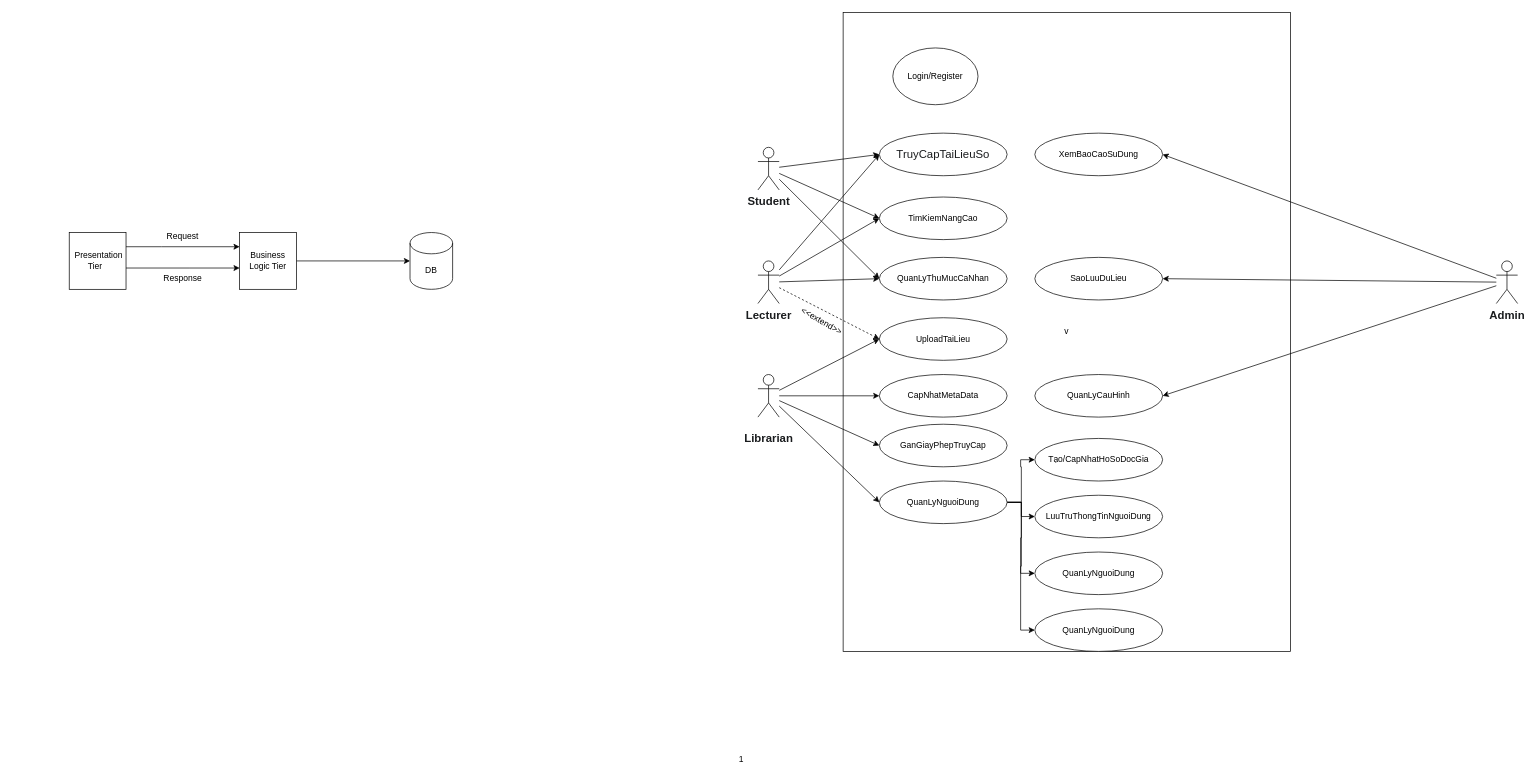
This is page "Trang-1" (1 of 2) of Biểu đồ không có tiêu đề.drawio from lethanhtung22032005/Phan-tich-va-thiet-ke-he-thong-thong-tin_SS3, a draw.io file, before an edit. Source tidied: cells renumbered, new cells numbered last; positions are measured from the earlier drawing's top-left corner, leaving out a move shared by most shapes. Both pictures are drawn from the tidied source at 71%, with x=0, y=0 at pixel (69, 12).
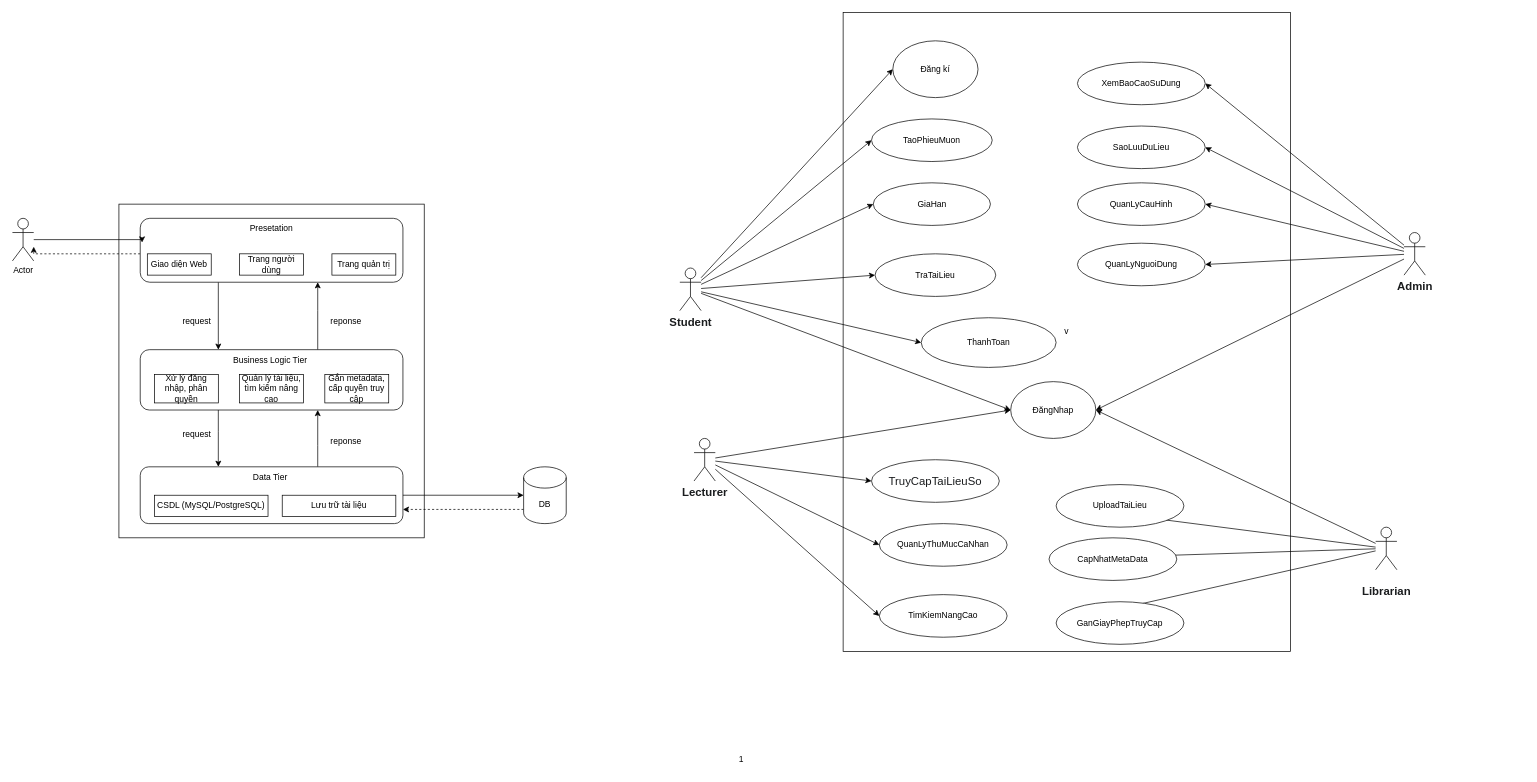
The same diagram, later.

What changed in the source:
```diff
@@
-    <mxCell id="4" style="edgeStyle=orthogonalEdgeStyle;rounded=0;jettySize=auto;html=1;entryX=0;entryY=0.25;entryDx=0;entryDy=0;" parent="1" edge="1" source="6" target="8">
-      <mxGeometry relative="1" as="geometry">
-        <Array as="points">
-          <mxPoint x="130" y="330" />
-          <mxPoint x="130" y="330" />
-        </Array>
-      </mxGeometry>
-    </mxCell>
-    <mxCell id="5" style="edgeStyle=orthogonalEdgeStyle;rounded=0;orthogonalLoop=1;jettySize=auto;html=1;entryX=0;entryY=0.5;entryDx=0;entryDy=0;" parent="1" edge="1">
-      <mxGeometry relative="1" as="geometry">
-        <mxPoint x="80" y="360" as="sourcePoint" />
-        <mxPoint x="240" y="360" as="targetPoint" />
-        <Array as="points">
-          <mxPoint x="170" y="360" />
-          <mxPoint x="170" y="360" />
-        </Array>
-      </mxGeometry>
-    </mxCell>
-    <mxCell id="6" value="&amp;nbsp;Presentation Tier&amp;nbsp;&amp;nbsp;" style="whiteSpace=wrap;html=1;" parent="1" vertex="1">
-      <mxGeometry y="310" width="80" height="80" as="geometry" />
-    </mxCell>
-    <mxCell id="7" style="edgeStyle=orthogonalEdgeStyle;rounded=0;jettySize=auto;html=1;" parent="1" edge="1" source="8" target="11">
-      <mxGeometry relative="1" as="geometry" />
-    </mxCell>
-    <mxCell id="8" value="Business Logic Tier" style="whiteSpace=wrap;html=1;" parent="1" vertex="1">
-      <mxGeometry x="240" y="310" width="80" height="80" as="geometry" />
-    </mxCell>
-    <mxCell id="9" value="Request" style="text;html=1;whiteSpace=wrap;strokeColor=none;fillColor=none;align=center;verticalAlign=middle;rounded=0;" parent="1" vertex="1">
-      <mxGeometry x="130" y="300" width="60" height="30" as="geometry" />
-    </mxCell>
-    <mxCell id="10" value="Response" style="text;html=1;whiteSpace=wrap;strokeColor=none;fillColor=none;align=center;verticalAlign=middle;rounded=0;" parent="1" vertex="1">
-      <mxGeometry x="130" y="360" width="60" height="30" as="geometry" />
-    </mxCell>
-    <mxCell id="11" value="DB" style="shape=cylinder3;whiteSpace=wrap;html=1;boundedLbl=1;backgroundOutline=1;size=15;" parent="1" vertex="1">
-      <mxGeometry x="480" y="310" width="60" height="80" as="geometry" />
-    </mxCell>
-    <mxCell id="12" style="rounded=0;jettySize=auto;html=1;entryX=0;entryY=0.5;entryDx=0;entryDy=0;" parent="1" edge="1" source="15" target="30">
-      <mxGeometry relative="1" as="geometry" />
-    </mxCell>
-    <mxCell id="13" style="rounded=0;jettySize=auto;html=1;entryX=0;entryY=0.5;entryDx=0;entryDy=0;" parent="1" edge="1" source="15" target="31">
-      <mxGeometry relative="1" as="geometry" />
-    </mxCell>
-    <mxCell id="14" style="rounded=0;jettySize=auto;html=1;entryX=0;entryY=0.5;entryDx=0;entryDy=0;" parent="1" edge="1" source="15" target="32">
-      <mxGeometry relative="1" as="geometry" />
-    </mxCell>
+    <mxCell id="50" style="rounded=0;jettySize=auto;html=1;entryX=0;entryY=0.5;entryDx=0;entryDy=0;" parent="1" edge="1" source="15" target="45">
+      <mxGeometry relative="1" as="geometry" />
+    </mxCell>
+    <mxCell id="51" style="rounded=0;jettySize=auto;html=1;entryX=0;entryY=0.5;entryDx=0;entryDy=0;" parent="1" edge="1" source="15" target="87">
+      <mxGeometry relative="1" as="geometry" />
+    </mxCell>
+    <mxCell id="52" style="rounded=0;jettySize=auto;html=1;entryX=0;entryY=0.5;entryDx=0;entryDy=0;" parent="1" edge="1" source="15" target="88">
+      <mxGeometry relative="1" as="geometry" />
+    </mxCell>
+    <mxCell id="53" style="rounded=0;jettySize=auto;html=1;entryX=0;entryY=0.5;entryDx=0;entryDy=0;" parent="1" edge="1" source="15" target="89">
+      <mxGeometry relative="1" as="geometry" />
+    </mxCell>
+    <mxCell id="54" style="rounded=0;jettySize=auto;html=1;entryX=0;entryY=0.5;entryDx=0;entryDy=0;" parent="1" edge="1" source="15" target="90">
+      <mxGeometry relative="1" as="geometry" />
+    </mxCell>
+    <mxCell id="55" style="rounded=0;jettySize=auto;html=1;entryX=0;entryY=0.5;entryDx=0;entryDy=0;" parent="1" edge="1" source="15" target="91">
+      <mxGeometry relative="1" as="geometry" />
+    </mxCell>
     <mxCell id="15" value="&lt;span id=&quot;docs-internal-guid-b48481dd-7fff-fd5a-cc36-779d4e41354c&quot;&gt;&lt;span style=&quot;font-size: 12pt; font-family: Arial, sans-serif; color: rgb(26, 28, 30); background-color: transparent; font-weight: 700; font-variant-numeric: normal; font-variant-east-asian: normal; font-variant-alternates: normal; font-variant-position: normal; font-variant-emoji: normal; vertical-align: baseline; white-space: pre-wrap;&quot;&gt;Student&lt;/span&gt;&lt;/span&gt;" style="shape=umlActor;verticalLabelPosition=bottom;verticalAlign=top;html=1;outlineConnect=0;" parent="1" vertex="1">
-      <mxGeometry x="970" y="190" width="30" height="60" as="geometry" />
+      <mxGeometry x="860" y="360" width="30" height="60" as="geometry" />
     </mxCell>
@@
-    <mxCell id="19" style="rounded=0;jettySize=auto;html=1;entryX=0;entryY=0.5;entryDx=0;entryDy=0;dashed=1;" parent="1" edge="1" source="20" target="33">
-      <mxGeometry relative="1" as="geometry" />
-    </mxCell>
+    <mxCell id="56" style="rounded=0;jettySize=auto;html=1;entryX=0;entryY=0.5;entryDx=0;entryDy=0;" parent="1" edge="1" source="20" target="91">
+      <mxGeometry relative="1" as="geometry" />
+    </mxCell>
     <mxCell id="20" value="&lt;b style=&quot;font-weight:normal;&quot; id=&quot;docs-internal-guid-2d7664e3-7fff-a4ff-24e5-d3236a6772b1&quot;&gt;&lt;span style=&quot;font-size: 12pt; font-family: Arial, sans-serif; color: rgb(26, 28, 30); background-color: transparent; font-weight: 700; font-style: normal; font-variant: normal; text-decoration: none; vertical-align: baseline; white-space: pre-wrap;&quot;&gt;Lecturer&lt;/span&gt;&lt;/b&gt;" style="shape=umlActor;verticalLabelPosition=bottom;verticalAlign=top;html=1;outlineConnect=0;" parent="1" vertex="1">
-      <mxGeometry x="970" y="350" width="30" height="60" as="geometry" />
+      <mxGeometry x="880" y="600" width="30" height="60" as="geometry" />
     </mxCell>
@@
-    <mxCell id="24" style="rounded=0;jettySize=auto;html=1;entryX=0;entryY=0.5;entryDx=0;entryDy=0;" parent="1" edge="1" source="25" target="40">
-      <mxGeometry relative="1" as="geometry" />
-    </mxCell>
+    <mxCell id="57" style="rounded=0;jettySize=auto;html=1;entryX=1;entryY=0.5;entryDx=0;entryDy=0;" parent="1" edge="1" source="25" target="91">
+      <mxGeometry relative="1" as="geometry" />
+    </mxCell>
     <mxCell id="25" value="&#10;&lt;b style=&quot;font-weight:normal;&quot; id=&quot;docs-internal-guid-0a3ba107-7fff-54e9-f1a7-ce876c77b2f9&quot;&gt;&lt;span style=&quot;font-size:12pt;font-family:Arial,sans-serif;color:#1a1c1e;background-color:transparent;font-weight:700;font-style:normal;font-variant:normal;text-decoration:none;vertical-align:baseline;white-space:pre;white-space:pre-wrap;&quot;&gt;Librarian&lt;/span&gt;&lt;/b&gt;&#10;&#10;" style="shape=umlActor;verticalLabelPosition=bottom;verticalAlign=top;html=1;outlineConnect=0;" parent="1" vertex="1">
-      <mxGeometry x="970" y="510" width="30" height="60" as="geometry" />
+      <mxGeometry x="1840" y="725" width="30" height="60" as="geometry" />
     </mxCell>
@@
+    <mxCell id="58" style="rounded=0;jettySize=auto;html=1;entryX=1;entryY=0.5;entryDx=0;entryDy=0;" parent="1" edge="1" source="29" target="40">
+      <mxGeometry relative="1" as="geometry" />
+    </mxCell>
+    <mxCell id="59" style="rounded=0;jettySize=auto;html=1;entryX=1;entryY=0.5;entryDx=0;entryDy=0;" parent="1" edge="1" source="29" target="91">
+      <mxGeometry relative="1" as="geometry" />
+    </mxCell>
     <mxCell id="29" value="&lt;b style=&quot;font-weight:normal;&quot; id=&quot;docs-internal-guid-af17151e-7fff-956d-5f54-c81934ca2299&quot;&gt;&lt;span style=&quot;font-size: 12pt; font-family: Arial, sans-serif; color: rgb(26, 28, 30); background-color: transparent; font-weight: 700; font-style: normal; font-variant: normal; text-decoration: none; vertical-align: baseline; white-space: pre-wrap;&quot;&gt;Admin&lt;/span&gt;&lt;/b&gt;" style="shape=umlActor;verticalLabelPosition=bottom;verticalAlign=top;html=1;outlineConnect=0;" parent="1" vertex="1">
-      <mxGeometry x="2010" y="350" width="30" height="60" as="geometry" />
+      <mxGeometry x="1880" y="310" width="30" height="60" as="geometry" />
     </mxCell>
     <mxCell id="30" value="&lt;b style=&quot;font-weight:normal;&quot; id=&quot;docs-internal-guid-d05225bb-7fff-adc5-841e-08bbcd0daf0f&quot;&gt;&lt;span style=&quot;font-size: 12pt; font-family: Arial, sans-serif; color: rgb(26, 28, 30); background-color: transparent; font-weight: 400; font-style: normal; font-variant: normal; text-decoration: none; vertical-align: baseline; white-space: pre-wrap;&quot;&gt;TruyCapTaiLieuSo&lt;/span&gt;&lt;/b&gt;" style="ellipse;whiteSpace=wrap;html=1;" parent="1" vertex="1">
-      <mxGeometry x="1141" y="170" width="180" height="60" as="geometry" />
+      <mxGeometry x="1130" y="630" width="180" height="60" as="geometry" />
     </mxCell>
     <mxCell id="31" value="TimKiemNangCao" style="ellipse;whiteSpace=wrap;html=1;" parent="1" vertex="1">
-      <mxGeometry x="1141" y="260" width="180" height="60" as="geometry" />
+      <mxGeometry x="1141" y="820" width="180" height="60" as="geometry" />
     </mxCell>
     <mxCell id="32" value="QuanLyThuMucCaNhan" style="ellipse;whiteSpace=wrap;html=1;" parent="1" vertex="1">
-      <mxGeometry x="1141" y="345" width="180" height="60" as="geometry" />
+      <mxGeometry x="1141" y="720" width="180" height="60" as="geometry" />
     </mxCell>
     <mxCell id="33" value="UploadTaiLieu" style="ellipse;whiteSpace=wrap;html=1;" parent="1" vertex="1">
-      <mxGeometry x="1141" y="430" width="180" height="60" as="geometry" />
+      <mxGeometry x="1390" y="665" width="180" height="60" as="geometry" />
     </mxCell>
     <mxCell id="34" value="CapNhatMetaData" style="ellipse;whiteSpace=wrap;html=1;" parent="1" vertex="1">
-      <mxGeometry x="1141" y="510" width="180" height="60" as="geometry" />
+      <mxGeometry x="1380" y="740" width="180" height="60" as="geometry" />
     </mxCell>
     <mxCell id="35" value="GanGiayPhepTruyCap" style="ellipse;whiteSpace=wrap;html=1;" parent="1" vertex="1">
-      <mxGeometry x="1141" y="580" width="180" height="60" as="geometry" />
+      <mxGeometry x="1390" y="830" width="180" height="60" as="geometry" />
     </mxCell>
-    <mxCell id="36" style="edgeStyle=orthogonalEdgeStyle;rounded=0;jettySize=auto;html=1;entryX=0;entryY=0.5;entryDx=0;entryDy=0;" parent="1" edge="1" source="40" target="46">
-      <mxGeometry relative="1" as="geometry" />
-    </mxCell>
-    <mxCell id="37" style="edgeStyle=orthogonalEdgeStyle;rounded=0;jettySize=auto;html=1;" parent="1" edge="1" source="40" target="47">
-      <mxGeometry relative="1" as="geometry" />
-    </mxCell>
-    <mxCell id="38" style="edgeStyle=orthogonalEdgeStyle;rounded=0;jettySize=auto;html=1;entryX=0;entryY=0.5;entryDx=0;entryDy=0;" parent="1" edge="1" source="40" target="48">
-      <mxGeometry relative="1" as="geometry" />
-    </mxCell>
-    <mxCell id="39" style="edgeStyle=orthogonalEdgeStyle;rounded=0;jettySize=auto;html=1;entryX=0;entryY=0.5;entryDx=0;entryDy=0;" parent="1" edge="1" source="40" target="49">
-      <mxGeometry relative="1" as="geometry" />
-    </mxCell>
     <mxCell id="40" value="QuanLyNguoiDung" style="ellipse;whiteSpace=wrap;html=1;" parent="1" vertex="1">
-      <mxGeometry x="1141" y="660" width="180" height="60" as="geometry" />
+      <mxGeometry x="1420" y="325" width="180" height="60" as="geometry" />
     </mxCell>
     <mxCell id="41" value="XemBaoCaoSuDung" style="ellipse;whiteSpace=wrap;html=1;" parent="1" vertex="1">
-      <mxGeometry x="1360" y="170" width="180" height="60" as="geometry" />
+      <mxGeometry x="1420" y="70" width="180" height="60" as="geometry" />
     </mxCell>
     <mxCell id="42" value="SaoLuuDuLieu" style="ellipse;whiteSpace=wrap;html=1;" parent="1" vertex="1">
-      <mxGeometry x="1360" y="345" width="180" height="60" as="geometry" />
+      <mxGeometry x="1420" y="160" width="180" height="60" as="geometry" />
     </mxCell>
     <mxCell id="43" value="QuanLyCauHinh" style="ellipse;whiteSpace=wrap;html=1;" parent="1" vertex="1">
-      <mxGeometry x="1360" y="510" width="180" height="60" as="geometry" />
+      <mxGeometry x="1420" y="240" width="180" height="60" as="geometry" />
     </mxCell>
-    <mxCell id="44" value="&amp;lt;&amp;lt;extend&amp;gt;&amp;gt;" style="text;html=1;whiteSpace=wrap;strokeColor=none;fillColor=none;align=center;verticalAlign=middle;rounded=0;rotation=30;" parent="1" vertex="1">
-      <mxGeometry x="1030" y="420" width="60" height="30" as="geometry" />
-    </mxCell>
-    <mxCell id="45" value="Login/Register" style="ellipse;whiteSpace=wrap;html=1;" parent="1" vertex="1">
-      <mxGeometry x="1160" y="50" width="120" height="80" as="geometry" />
+    <mxCell id="45" value="Đăng kí" style="ellipse;whiteSpace=wrap;html=1;" parent="1" vertex="1">
+      <mxGeometry x="1160" y="40" width="120" height="80" as="geometry" />
     </mxCell>
-    <mxCell id="46" value="Tạo/CapNhatHoSoDocGia" style="ellipse;whiteSpace=wrap;html=1;" parent="1" vertex="1">
-      <mxGeometry x="1360" y="600" width="180" height="60" as="geometry" />
-    </mxCell>
-    <mxCell id="47" value="LuuTruThongTinNguoiDung" style="ellipse;whiteSpace=wrap;html=1;" parent="1" vertex="1">
-      <mxGeometry x="1360" y="680" width="180" height="60" as="geometry" />
-    </mxCell>
-    <mxCell id="48" value="QuanLyNguoiDung" style="ellipse;whiteSpace=wrap;html=1;" parent="1" vertex="1">
-      <mxGeometry x="1360" y="760" width="180" height="60" as="geometry" />
-    </mxCell>
-    <mxCell id="49" value="QuanLyNguoiDung" style="ellipse;whiteSpace=wrap;html=1;" parent="1" vertex="1">
-      <mxGeometry x="1360" y="840" width="180" height="60" as="geometry" />
-    </mxCell>
+    <mxCell id="60" style="rounded=0;whiteSpace=wrap;html=1;" parent="1" vertex="1">
+      <mxGeometry x="70" y="270" width="430" height="470" as="geometry" />
+    </mxCell>
+    <mxCell id="61" value="Actor" style="shape=umlActor;verticalLabelPosition=bottom;verticalAlign=top;html=1;outlineConnect=0;" parent="1" vertex="1">
+      <mxGeometry x="-80" y="290" width="30" height="60" as="geometry" />
+    </mxCell>
+    <mxCell id="62" style="edgeStyle=orthogonalEdgeStyle;rounded=0;jettySize=auto;html=1;entryX=1;entryY=0.75;entryDx=0;entryDy=0;dashed=1;" parent="1" edge="1" source="11" target="70">
+      <mxGeometry relative="1" as="geometry">
+        <Array as="points">
+          <mxPoint x="600" y="700" />
+          <mxPoint x="600" y="700" />
+        </Array>
+      </mxGeometry>
+    </mxCell>
+    <mxCell id="11" value="DB" style="shape=cylinder3;whiteSpace=wrap;html=1;boundedLbl=1;backgroundOutline=1;size=15;" parent="1" vertex="1">
+      <mxGeometry x="640" y="640" width="60" height="80" as="geometry" />
+    </mxCell>
+    <mxCell id="63" style="edgeStyle=orthogonalEdgeStyle;rounded=0;jettySize=auto;html=1;" parent="1" edge="1" source="65" target="68">
+      <mxGeometry relative="1" as="geometry">
+        <Array as="points">
+          <mxPoint x="210" y="460" />
+          <mxPoint x="210" y="460" />
+        </Array>
+      </mxGeometry>
+    </mxCell>
+    <mxCell id="64" style="edgeStyle=orthogonalEdgeStyle;rounded=0;jettySize=auto;html=1;dashed=1;" parent="1" edge="1" source="65">
+      <mxGeometry relative="1" as="geometry">
+        <mxPoint x="-50" y="330" as="targetPoint" />
+        <Array as="points">
+          <mxPoint x="-50" y="340" />
+        </Array>
+      </mxGeometry>
+    </mxCell>
+    <mxCell id="65" style="rounded=1;whiteSpace=wrap;html=1;" parent="1" vertex="1">
+      <mxGeometry x="100" y="290" width="370" height="90" as="geometry" />
+    </mxCell>
+    <mxCell id="66" style="edgeStyle=orthogonalEdgeStyle;rounded=0;jettySize=auto;html=1;" parent="1" edge="1" source="68" target="65">
+      <mxGeometry relative="1" as="geometry">
+        <Array as="points">
+          <mxPoint x="350" y="420" />
+          <mxPoint x="350" y="420" />
+        </Array>
+      </mxGeometry>
+    </mxCell>
+    <mxCell id="67" style="edgeStyle=orthogonalEdgeStyle;rounded=0;jettySize=auto;html=1;" parent="1" edge="1" source="68" target="70">
+      <mxGeometry relative="1" as="geometry">
+        <Array as="points">
+          <mxPoint x="210" y="590" />
+          <mxPoint x="210" y="590" />
+        </Array>
+      </mxGeometry>
+    </mxCell>
+    <mxCell id="68" style="rounded=1;whiteSpace=wrap;html=1;" parent="1" vertex="1">
+      <mxGeometry x="100" y="475" width="370" height="85" as="geometry" />
+    </mxCell>
+    <mxCell id="69" style="edgeStyle=orthogonalEdgeStyle;rounded=0;jettySize=auto;html=1;" parent="1" edge="1" source="70" target="68">
+      <mxGeometry relative="1" as="geometry">
+        <Array as="points">
+          <mxPoint x="350" y="610" />
+          <mxPoint x="350" y="610" />
+        </Array>
+      </mxGeometry>
+    </mxCell>
+    <mxCell id="70" style="rounded=1;whiteSpace=wrap;html=1;" parent="1" vertex="1">
+      <mxGeometry x="100" y="640" width="370" height="80" as="geometry" />
+    </mxCell>
+    <mxCell id="71" value="request" style="text;html=1;whiteSpace=wrap;strokeColor=none;fillColor=none;align=center;verticalAlign=middle;rounded=0;" parent="1" vertex="1">
+      <mxGeometry x="150" y="420" width="60" height="30" as="geometry" />
+    </mxCell>
+    <mxCell id="72" value="reponse" style="text;html=1;whiteSpace=wrap;strokeColor=none;fillColor=none;align=center;verticalAlign=middle;rounded=0;" parent="1" vertex="1">
+      <mxGeometry x="360" y="420" width="60" height="30" as="geometry" />
+    </mxCell>
+    <mxCell id="73" value="request" style="text;html=1;whiteSpace=wrap;strokeColor=none;fillColor=none;align=center;verticalAlign=middle;rounded=0;" parent="1" vertex="1">
+      <mxGeometry x="150" y="580" width="60" height="30" as="geometry" />
+    </mxCell>
+    <mxCell id="74" value="reponse" style="text;html=1;whiteSpace=wrap;strokeColor=none;fillColor=none;align=center;verticalAlign=middle;rounded=0;" parent="1" vertex="1">
+      <mxGeometry x="360" y="590" width="60" height="30" as="geometry" />
+    </mxCell>
+    <mxCell id="75" style="edgeStyle=orthogonalEdgeStyle;rounded=0;jettySize=auto;html=1;entryX=0.007;entryY=0.378;entryDx=0;entryDy=0;entryPerimeter=0;" parent="1" edge="1" source="61" target="65">
+      <mxGeometry relative="1" as="geometry">
+        <Array as="points">
+          <mxPoint x="103" y="320" />
+        </Array>
+      </mxGeometry>
+    </mxCell>
+    <mxCell id="76" style="edgeStyle=orthogonalEdgeStyle;rounded=0;jettySize=auto;html=1;entryX=0;entryY=0.5;entryDx=0;entryDy=0;entryPerimeter=0;" parent="1" edge="1" source="70" target="11">
+      <mxGeometry relative="1" as="geometry" />
+    </mxCell>
+    <mxCell id="77" value="Presetation" style="text;html=1;whiteSpace=wrap;strokeColor=none;fillColor=none;align=center;verticalAlign=middle;rounded=0;" parent="1" vertex="1">
+      <mxGeometry x="255" y="290" width="60" height="30" as="geometry" />
+    </mxCell>
+    <mxCell id="78" value="Giao diện Web" style="rounded=0;whiteSpace=wrap;html=1;" parent="1" vertex="1">
+      <mxGeometry x="110" y="340" width="90" height="30" as="geometry" />
+    </mxCell>
+    <mxCell id="79" value="Trang người dùng" style="rounded=0;whiteSpace=wrap;html=1;" parent="1" vertex="1">
+      <mxGeometry x="240" y="340" width="90" height="30" as="geometry" />
+    </mxCell>
+    <mxCell id="80" value="Trang quản trị" style="rounded=0;whiteSpace=wrap;html=1;" parent="1" vertex="1">
+      <mxGeometry x="370" y="340" width="90" height="30" as="geometry" />
+    </mxCell>
+    <mxCell id="81" value="Xử lý đăng nhập, phân quyền" style="rounded=0;whiteSpace=wrap;html=1;" parent="1" vertex="1">
+      <mxGeometry x="120" y="510" width="90" height="40" as="geometry" />
+    </mxCell>
+    <mxCell id="82" value="Quản lý tài liệu, tìm kiếm nâng cao" style="rounded=0;whiteSpace=wrap;html=1;" parent="1" vertex="1">
+      <mxGeometry x="240" y="510" width="90" height="40" as="geometry" />
+    </mxCell>
+    <mxCell id="83" value="Gắn metadata, cấp quyền truy cập" style="rounded=0;whiteSpace=wrap;html=1;" parent="1" vertex="1">
+      <mxGeometry x="360" y="510" width="90" height="40" as="geometry" />
+    </mxCell>
+    <mxCell id="84" value="CSDL (MySQL/PostgreSQL)" style="rounded=0;whiteSpace=wrap;html=1;" parent="1" vertex="1">
+      <mxGeometry x="120" y="680" width="160" height="30" as="geometry" />
+    </mxCell>
+    <mxCell id="85" value="Lưu trữ tài liệu" style="rounded=0;whiteSpace=wrap;html=1;" parent="1" vertex="1">
+      <mxGeometry x="300" y="680" width="160" height="30" as="geometry" />
+    </mxCell>
+    <mxCell id="8" value="Business Logic Tier&amp;nbsp;" style="text;html=1;whiteSpace=wrap;strokeColor=none;fillColor=none;align=center;verticalAlign=middle;rounded=0;" parent="1" vertex="1">
+      <mxGeometry x="220" y="475" width="130" height="30" as="geometry" />
+    </mxCell>
+    <mxCell id="86" value="&amp;nbsp; Data Tier&amp;nbsp; &amp;nbsp;" style="text;html=1;whiteSpace=wrap;strokeColor=none;fillColor=none;align=center;verticalAlign=middle;rounded=0;" parent="1" vertex="1">
+      <mxGeometry x="230" y="640" width="110" height="30" as="geometry" />
+    </mxCell>
+    <mxCell id="87" value="TaoPhieuMuon" style="ellipse;whiteSpace=wrap;html=1;" parent="1" vertex="1">
+      <mxGeometry x="1130" y="150" width="170" height="60" as="geometry" />
+    </mxCell>
+    <mxCell id="88" value="GiaHan" style="ellipse;whiteSpace=wrap;html=1;" parent="1" vertex="1">
+      <mxGeometry x="1132.5" y="240" width="165" height="60" as="geometry" />
+    </mxCell>
+    <mxCell id="89" value="TraTaiLieu" style="ellipse;whiteSpace=wrap;html=1;" parent="1" vertex="1">
+      <mxGeometry x="1135" y="340" width="170" height="60" as="geometry" />
+    </mxCell>
+    <mxCell id="90" value="ThanhToan" style="ellipse;whiteSpace=wrap;html=1;" parent="1" vertex="1">
+      <mxGeometry x="1200" y="430" width="190" height="70" as="geometry" />
+    </mxCell>
+    <mxCell id="91" value="ĐăngNhap" style="ellipse;whiteSpace=wrap;html=1;" parent="1" vertex="1">
+      <mxGeometry x="1326" y="520" width="120" height="80" as="geometry" />
+    </mxCell>
```
